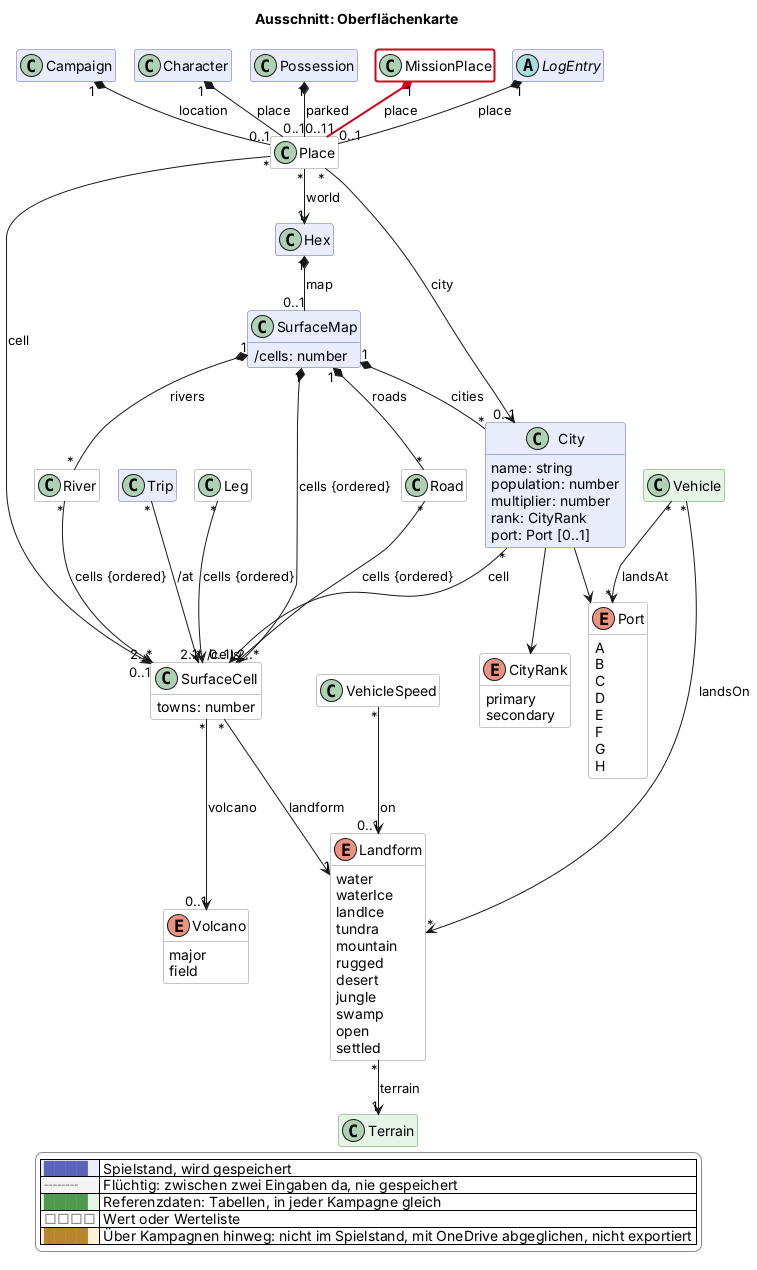
This is docs/views/oberflaeche.png from scuzzar/SRE, a PlantUML export, as it was before one commit.
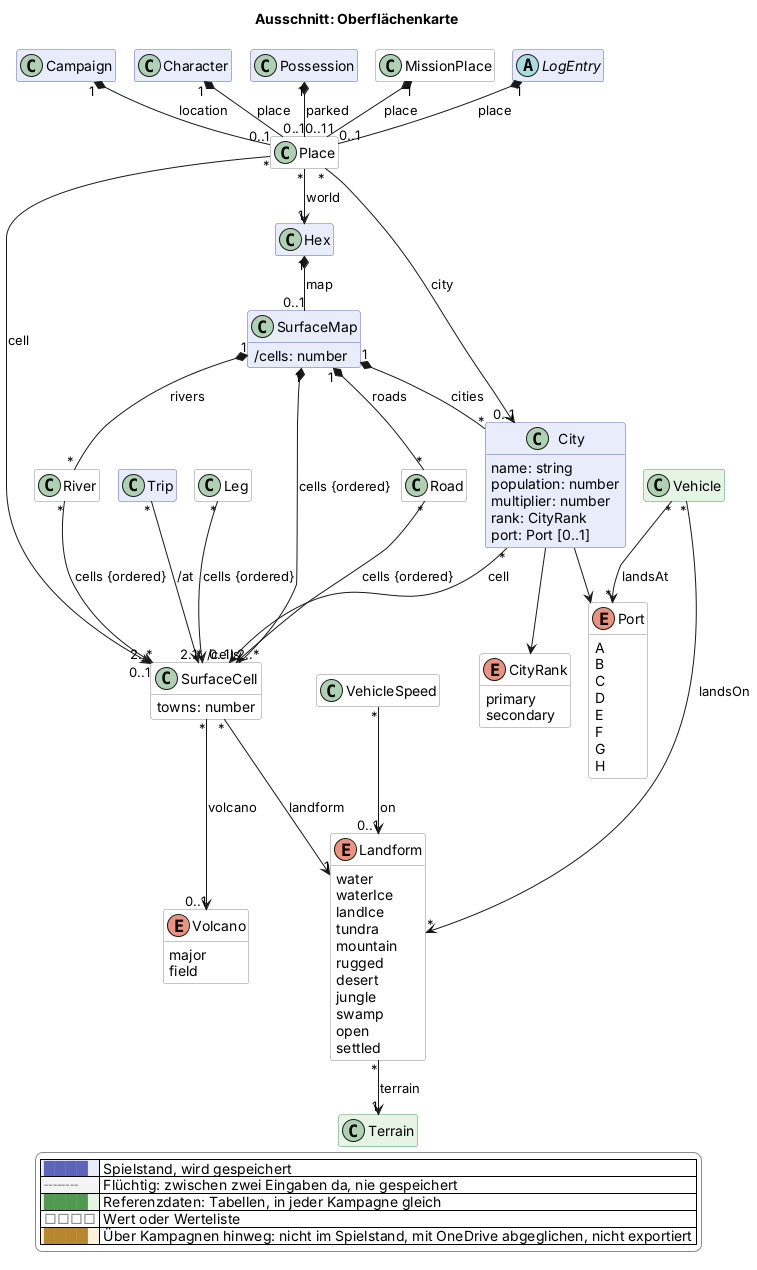
The same diagram one commit later.

Diff of the diagram source:
```diff
@@ -77,7 +77,7 @@
 
   class Hex $sektor
 
-  class MissionPlace <<value>> $mission $newClass("2026-11-18")
+  class MissionPlace <<value>> $mission
 
   abstract class LogEntry $probe
 
@@ -144,7 +144,7 @@
 
 
 Character "1" *-- "0..1" Place : place
-MissionPlace "1" *-$newArrow("2026-11-18")- "1" Place : place
+MissionPlace "1" *-- "1" Place : place
 
 
 Hex "1" *-- "0..1" SurfaceMap : map
```
